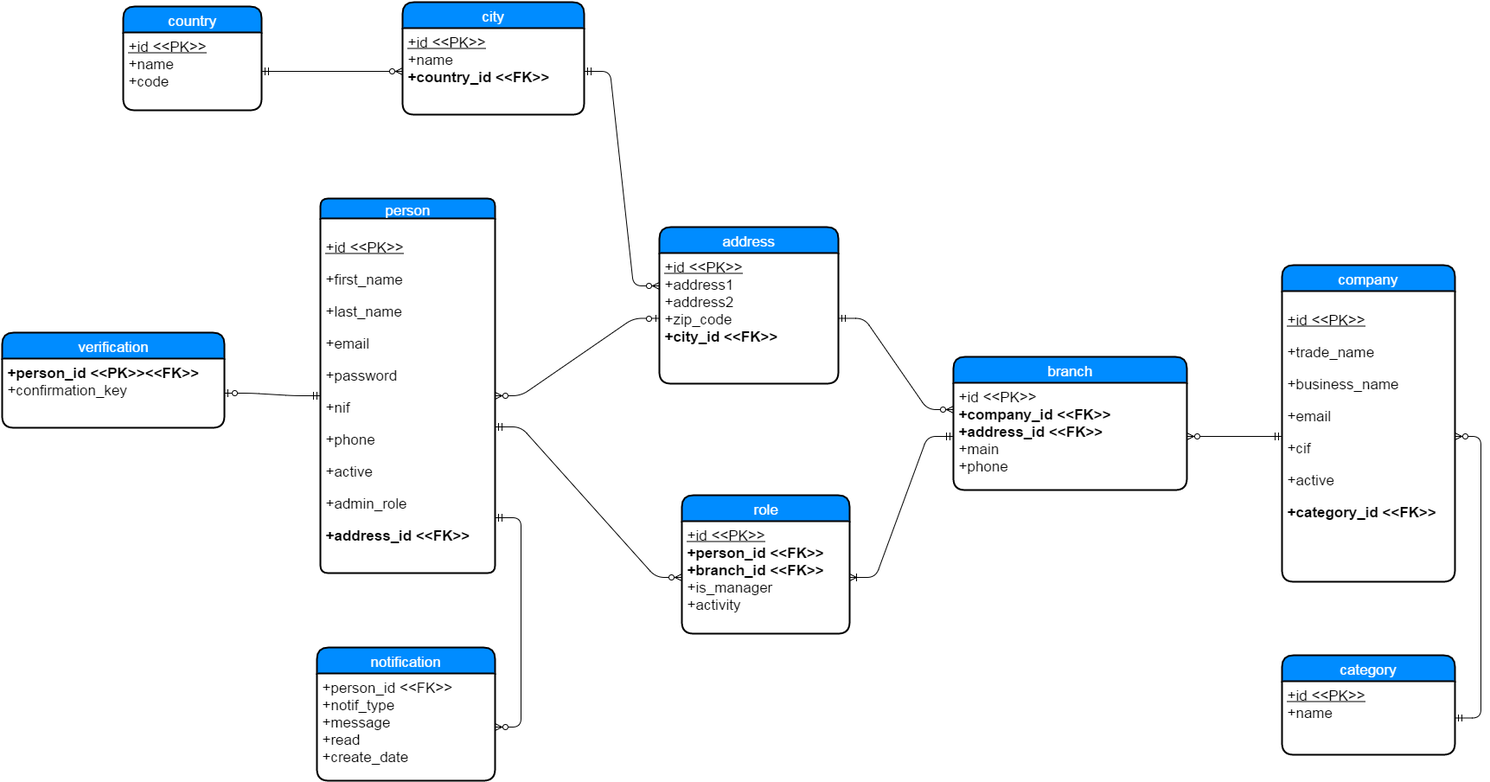
Earlier version of the draw.io export project_documentation/database/Entity-Relation Diagram.png (malkomich/busy). Source tidied: cells renumbered, new cells last; positions are measured from the earlier drawing's top-left corner, leaving out a move shared by most shapes.
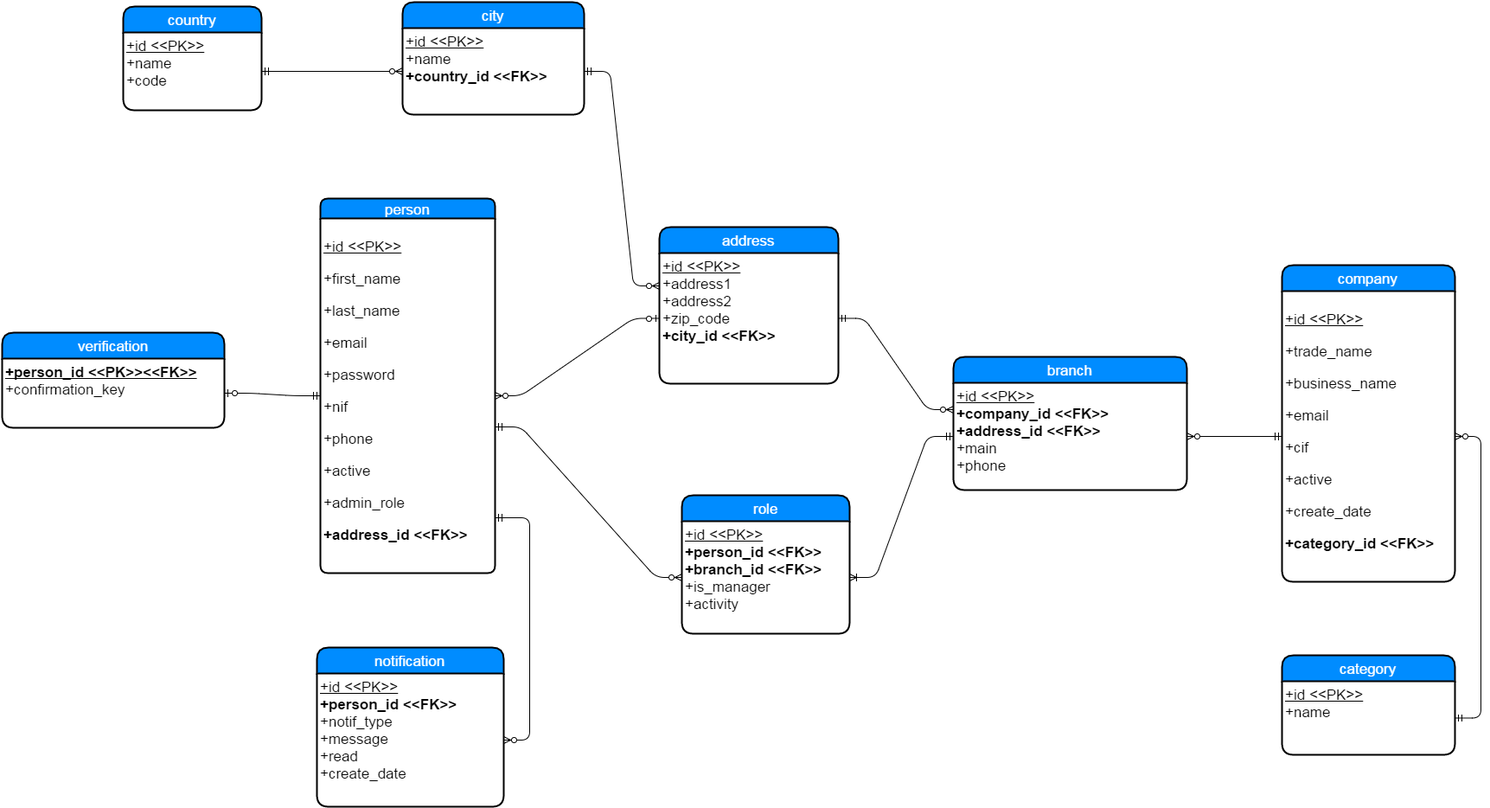
The same file after the commit.

Commit message:
New field create_date added to Company

Change to the diagram source:
```diff
@@ -35,7 +35,7 @@
     <mxCell id="12" value="verification" style="swimlane;html=1;horizontal=1;startSize=30;fillColor=#008cff;fontColor=#FFFFFF;rounded=1;fontSize=17;fontStyle=0;strokeWidth=2;shadow=0;dashed=0;align=center;" parent="1" vertex="1">
       <mxGeometry y="382" width="257" height="110" as="geometry" />
     </mxCell>
-    <mxCell id="13" value="&lt;div&gt;&lt;b&gt;+person_id &amp;lt;&amp;lt;PK&amp;gt;&amp;gt;&amp;lt;&amp;lt;FK&amp;gt;&amp;gt;&lt;/b&gt;&lt;/div&gt;&lt;div&gt;+confirmation_key&lt;/div&gt;" style="whiteSpace=wrap;html=1;align=left;strokeColor=none;fillColor=none;spacingLeft=4;fontSize=17;verticalAlign=top;" parent="12" vertex="1">
+    <mxCell id="13" value="&lt;div&gt;&lt;b&gt;&lt;u&gt;+person_id &amp;lt;&amp;lt;PK&amp;gt;&amp;gt;&amp;lt;&amp;lt;FK&amp;gt;&amp;gt;&lt;/u&gt;&lt;/b&gt;&lt;/div&gt;&lt;div&gt;+confirmation_key&lt;/div&gt;" style="whiteSpace=wrap;html=1;align=left;strokeColor=none;fillColor=none;spacingLeft=4;fontSize=17;verticalAlign=top;" parent="12" vertex="1">
       <mxGeometry y="30" width="257" height="80" as="geometry" />
     </mxCell>
     <mxCell id="14" value="role" style="swimlane;html=1;horizontal=1;startSize=30;fillColor=#008cff;fontColor=#FFFFFF;rounded=1;fontSize=17;fontStyle=0;strokeWidth=2;shadow=0;dashed=0;align=center;" parent="1" vertex="1">
@@ -56,7 +56,7 @@
     <mxCell id="19" value="company" style="swimlane;html=1;horizontal=1;startSize=30;fillColor=#008cff;fontColor=#FFFFFF;rounded=1;fontSize=17;fontStyle=0;strokeWidth=2;shadow=0;dashed=0;align=center;" parent="1" vertex="1">
       <mxGeometry x="1480" y="304" width="200" height="366" as="geometry" />
     </mxCell>
-    <mxCell id="20" value="&lt;p&gt;&lt;span style=&quot;line-height: 1.2&quot;&gt;&lt;u&gt;+id &amp;lt;&amp;lt;PK&amp;gt;&amp;gt;&lt;/u&gt;&lt;/span&gt;&lt;/p&gt;&lt;p&gt;&lt;span style=&quot;line-height: 1.2&quot;&gt;+trade_name&lt;/span&gt;&lt;br&gt;&lt;/p&gt;&lt;p&gt;&lt;span style=&quot;line-height: 1.2&quot;&gt;+business_name&lt;/span&gt;&lt;/p&gt;&lt;p&gt;&lt;span style=&quot;line-height: 1.2&quot;&gt;+email&lt;/span&gt;&lt;/p&gt;&lt;p&gt;&lt;span style=&quot;line-height: 1.2&quot;&gt;+cif&lt;/span&gt;&lt;/p&gt;&lt;p&gt;&lt;span style=&quot;line-height: 1.2&quot;&gt;+active&lt;/span&gt;&lt;br&gt;&lt;/p&gt;&lt;p&gt;&lt;span style=&quot;line-height: 1.2&quot;&gt;&lt;b&gt;+category_id &amp;lt;&amp;lt;FK&amp;gt;&amp;gt;&lt;/b&gt;&lt;/span&gt;&lt;/p&gt;" style="whiteSpace=wrap;html=1;align=left;strokeColor=none;fillColor=none;spacingLeft=4;fontSize=17;verticalAlign=top;" parent="19" vertex="1">
+    <mxCell id="20" value="&lt;p&gt;&lt;span style=&quot;line-height: 1.2&quot;&gt;&lt;u&gt;+id &amp;lt;&amp;lt;PK&amp;gt;&amp;gt;&lt;/u&gt;&lt;/span&gt;&lt;/p&gt;&lt;p&gt;&lt;span style=&quot;line-height: 1.2&quot;&gt;+trade_name&lt;/span&gt;&lt;br&gt;&lt;/p&gt;&lt;p&gt;&lt;span style=&quot;line-height: 1.2&quot;&gt;+business_name&lt;/span&gt;&lt;/p&gt;&lt;p&gt;&lt;span style=&quot;line-height: 1.2&quot;&gt;+email&lt;/span&gt;&lt;/p&gt;&lt;p&gt;&lt;span style=&quot;line-height: 1.2&quot;&gt;+cif&lt;/span&gt;&lt;/p&gt;&lt;p&gt;&lt;span style=&quot;line-height: 1.2&quot;&gt;+active&lt;/span&gt;&lt;br&gt;&lt;/p&gt;&lt;p&gt;&lt;span style=&quot;line-height: 1.2&quot;&gt;+create_date&lt;/span&gt;&lt;/p&gt;&lt;p&gt;&lt;span style=&quot;line-height: 1.2&quot;&gt;&lt;b&gt;+category_id &amp;lt;&amp;lt;FK&amp;gt;&amp;gt;&lt;/b&gt;&lt;/span&gt;&lt;/p&gt;" style="whiteSpace=wrap;html=1;align=left;strokeColor=none;fillColor=none;spacingLeft=4;fontSize=17;verticalAlign=top;" parent="19" vertex="1">
       <mxGeometry y="30" width="200" height="336" as="geometry" />
     </mxCell>
     <mxCell id="21" value="category" style="swimlane;html=1;horizontal=1;startSize=30;fillColor=#008cff;fontColor=#FFFFFF;rounded=1;fontSize=17;fontStyle=0;strokeWidth=2;shadow=0;dashed=0;align=center;" parent="1" vertex="1">
@@ -68,7 +68,7 @@
     <mxCell id="23" value="branch" style="swimlane;html=1;horizontal=1;startSize=30;fillColor=#008cff;fontColor=#FFFFFF;rounded=1;fontSize=17;fontStyle=0;strokeWidth=2;shadow=0;dashed=0;align=center;" parent="1" vertex="1">
       <mxGeometry x="1100" y="410" width="270" height="154" as="geometry" />
     </mxCell>
-    <mxCell id="24" value="&lt;div&gt;+id &amp;lt;&amp;lt;PK&amp;gt;&amp;gt;&lt;/div&gt;&lt;b&gt;+company_id &amp;lt;&amp;lt;FK&amp;gt;&amp;gt;&lt;/b&gt;&lt;br&gt;&lt;b&gt;+address_id &amp;lt;&amp;lt;FK&amp;gt;&amp;gt;&lt;/b&gt;&lt;br&gt;&lt;div&gt;+main&lt;/div&gt;&lt;div&gt;&lt;span&gt;+phone&lt;/span&gt;&lt;br&gt;&lt;/div&gt;" style="whiteSpace=wrap;html=1;align=left;strokeColor=none;fillColor=none;spacingLeft=4;fontSize=17;verticalAlign=top;" parent="23" vertex="1">
+    <mxCell id="24" value="&lt;div&gt;&lt;u&gt;+id &amp;lt;&amp;lt;PK&amp;gt;&amp;gt;&lt;/u&gt;&lt;/div&gt;&lt;b&gt;+company_id &amp;lt;&amp;lt;FK&amp;gt;&amp;gt;&lt;/b&gt;&lt;br&gt;&lt;b&gt;+address_id &amp;lt;&amp;lt;FK&amp;gt;&amp;gt;&lt;/b&gt;&lt;br&gt;&lt;div&gt;+main&lt;/div&gt;&lt;div&gt;&lt;span&gt;+phone&lt;/span&gt;&lt;br&gt;&lt;/div&gt;" style="whiteSpace=wrap;html=1;align=left;strokeColor=none;fillColor=none;spacingLeft=4;fontSize=17;verticalAlign=top;" parent="23" vertex="1">
       <mxGeometry y="30" width="270" height="124" as="geometry" />
     </mxCell>
     <mxCell id="25" value="country" style="swimlane;html=1;horizontal=1;startSize=30;fillColor=#008cff;fontColor=#FFFFFF;rounded=1;fontSize=17;fontStyle=0;strokeWidth=2;shadow=0;dashed=0;align=center;" parent="1" vertex="1">
@@ -84,10 +84,10 @@
       <mxGeometry y="30" width="210" height="100" as="geometry" />
     </mxCell>
     <mxCell id="29" value="notification" style="swimlane;html=1;horizontal=1;startSize=30;fillColor=#008cff;fontColor=#FFFFFF;rounded=1;fontSize=17;fontStyle=0;strokeWidth=2;shadow=0;dashed=0;align=center;" parent="1" vertex="1">
-      <mxGeometry x="364" y="746" width="206" height="154" as="geometry" />
+      <mxGeometry x="364" y="746" width="216" height="184" as="geometry" />
     </mxCell>
-    <mxCell id="30" value="+person_id &amp;lt;&amp;lt;FK&amp;gt;&amp;gt;&lt;div&gt;+notif_type&lt;br&gt;&lt;div&gt;+message&lt;/div&gt;&lt;div&gt;+read&lt;/div&gt;&lt;div&gt;+create_date&lt;/div&gt;&lt;/div&gt;" style="whiteSpace=wrap;html=1;align=left;strokeColor=none;fillColor=none;spacingLeft=4;fontSize=17;verticalAlign=top;" parent="29" vertex="1">
-      <mxGeometry y="30" width="206" height="124" as="geometry" />
+    <mxCell id="30" value="&lt;div&gt;&lt;u&gt;+id &amp;lt;&amp;lt;PK&amp;gt;&amp;gt;&lt;/u&gt;&lt;/div&gt;&lt;b&gt;+person_id &amp;lt;&amp;lt;FK&amp;gt;&amp;gt;&lt;/b&gt;&lt;div&gt;+notif_type&lt;br&gt;&lt;div&gt;+message&lt;/div&gt;&lt;div&gt;+read&lt;/div&gt;&lt;div&gt;+create_date&lt;/div&gt;&lt;/div&gt;" style="whiteSpace=wrap;html=1;align=left;strokeColor=none;fillColor=none;spacingLeft=4;fontSize=17;verticalAlign=top;" parent="29" vertex="1">
+      <mxGeometry y="30" width="216" height="154" as="geometry" />
     </mxCell>
     <mxCell id="31" style="edgeStyle=entityRelationEdgeStyle;html=1;endArrow=ERzeroToMany;startArrow=ERmandOne;exitX=1;exitY=0.844;exitPerimeter=0;" parent="1" edge="1" source="4" target="30">
       <mxGeometry relative="1" as="geometry" />
```
